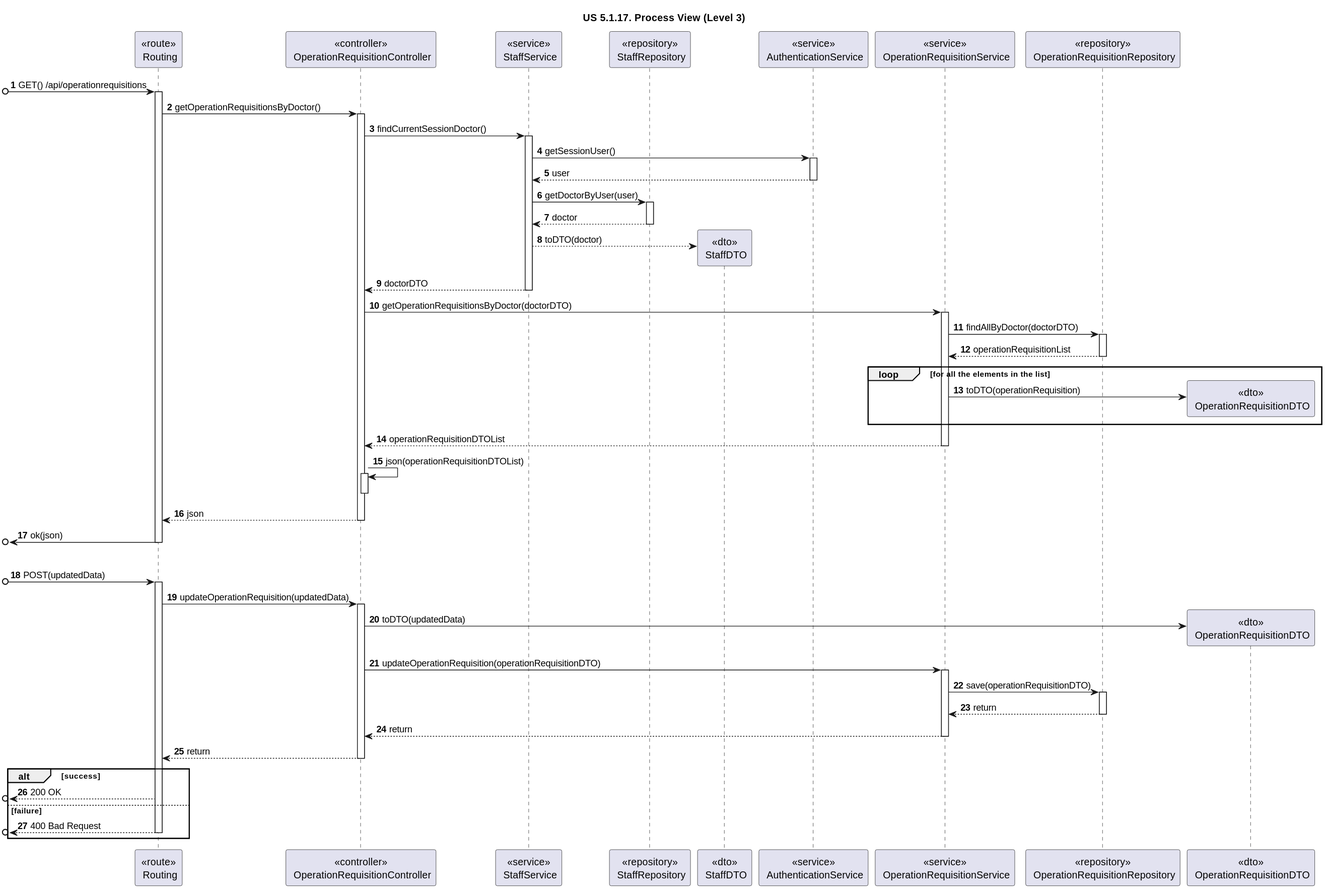
Before: docs/sprint-1/1220683/us-5.1.17/diagrams/Process_View/Level-3/us17-process-view-lvl3.svg, a diagram exported from PlantUML (rita-barbosa/LAPR5-2425).
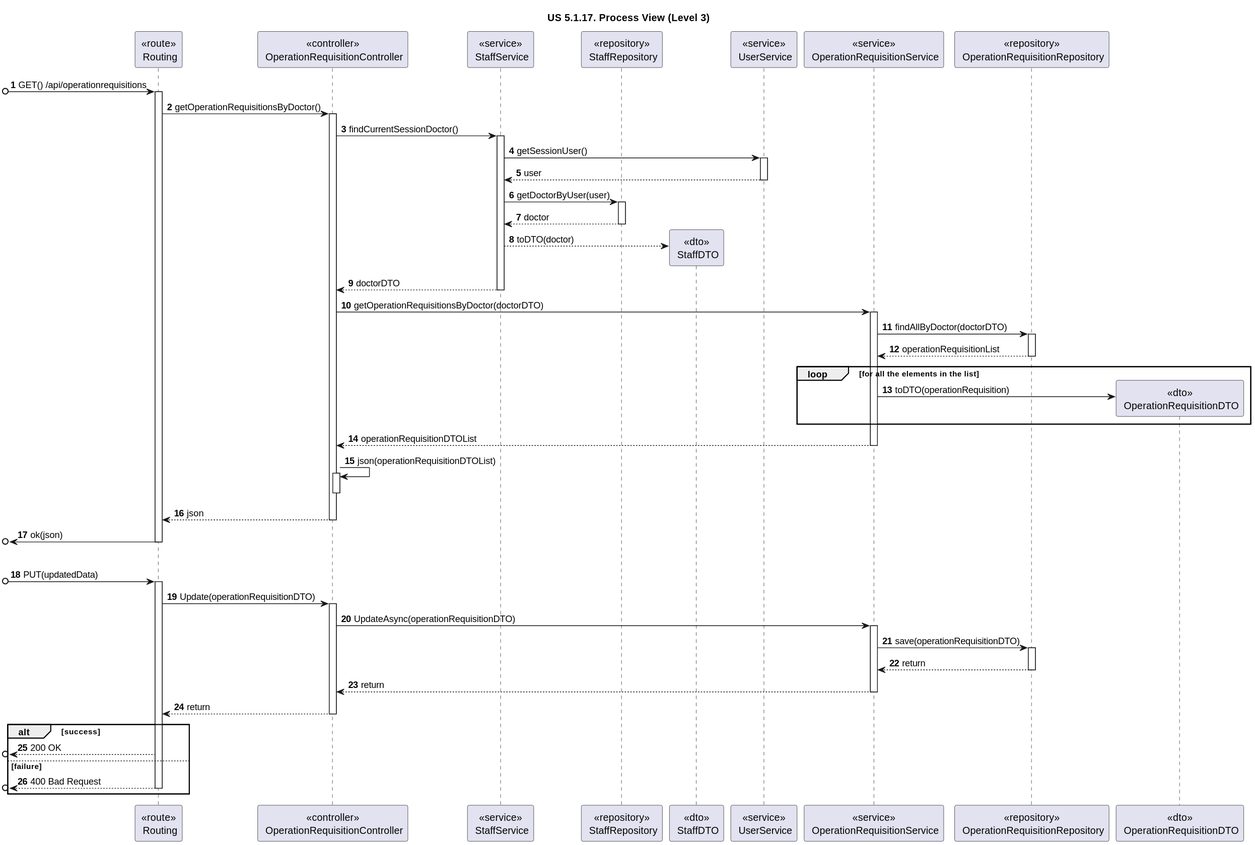
Above is the later version.

Commit message:
DG38-194 | docs: diagrams corrections and readme update

What changed in the source:
```diff
@@ -11,7 +11,7 @@
 participant "<<repository>>\n StaffRepository" as STAFFRepo
 participant "<<dto>>\n StaffDTO" as StaffDTO
 
-participant "<<service>>\n AuthenticationService" as AUTHServ
+participant "<<service>>\n UserService" as AUTHServ
 
 participant "<<service>>\n OperationRequisitionService" as OPREQServ
 participant "<<repository>>\n OperationRequisitionRepository" as OPREQRepo
@@ -73,15 +73,13 @@
 
 |||
 
-[o-> ROUTE : POST(updatedData)
+[o-> ROUTE : PUT(updatedData)
 activate ROUTE
 
-ROUTE -> CONTROL : updateOperationRequisition(updatedData)
+ROUTE -> CONTROL : Update(operationRequisitionDTO)
 activate CONTROL
 
-CONTROL -> OPREQDTO ** : toDTO(updatedData)
-
-CONTROL -> OPREQServ : updateOperationRequisition(operationRequisitionDTO)
+CONTROL -> OPREQServ : UpdateAsync(operationRequisitionDTO)
 activate OPREQServ
 
 OPREQServ -> OPREQRepo : save(operationRequisitionDTO)
```
